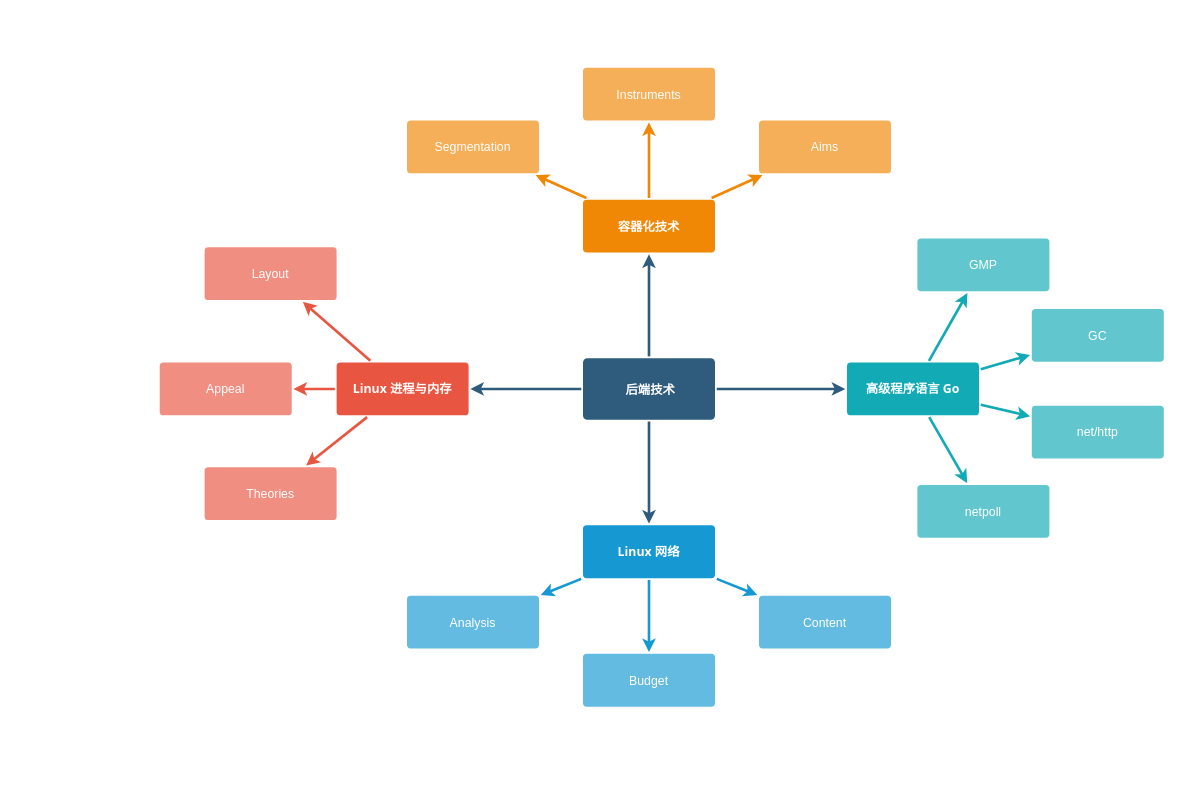
The draw.io diagram Backend Diagram.drawio in GIS142857/UML, before the edit. Source tidied: cells renumbered, new cells numbered last; positions are measured from the earlier drawing's top-left corner, leaving out a move shared by most shapes. Both pictures are drawn from the tidied source at 88%, with x=0, y=0 at pixel (159, 67).
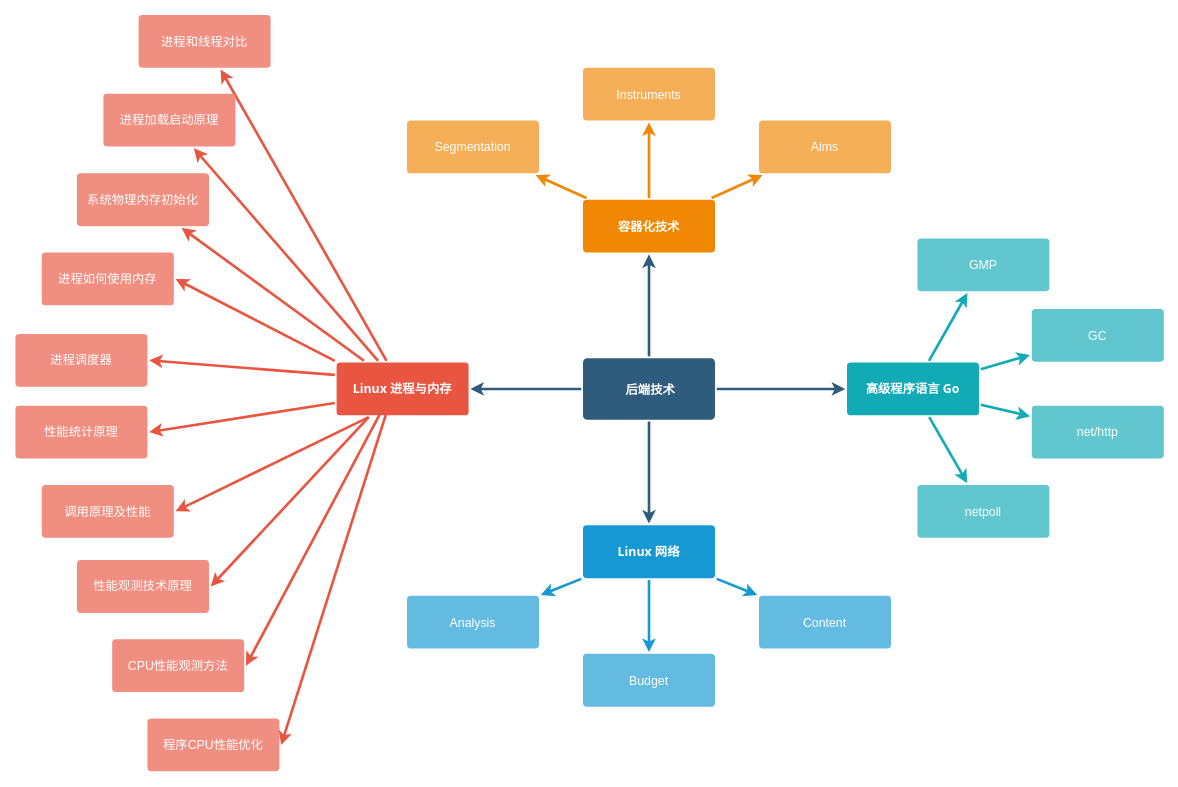
The same diagram, later.

Unchanged cells that the change refers to:
```xml
<mxCell id="10" value="&lt;span style=&quot;font-family: Tahoma; text-wrap-mode: nowrap;&quot;&gt;Linux 进程与内存&lt;/span&gt;" style="rounded=1;whiteSpace=wrap;html=1;shadow=0;labelBackgroundColor=none;strokeColor=none;strokeWidth=3;fillColor=#e85642;fontFamily=Helvetica;fontSize=14;fontColor=#FFFFFF;align=center;spacing=5;fontStyle=1;arcSize=7;perimeterSpacing=2;" parent="1" vertex="1">
  <mxGeometry x="201" y="335.5" width="150" height="60" as="geometry" />
</mxCell>
```

Change to the diagram source:
```diff
@@
-    <mxCell id="11" value="Theories" style="rounded=1;whiteSpace=wrap;html=1;shadow=0;labelBackgroundColor=none;strokeColor=none;strokeWidth=3;fillColor=#f08e81;fontFamily=Helvetica;fontSize=14;fontColor=#FFFFFF;align=center;spacing=5;fontStyle=0;arcSize=7;perimeterSpacing=2;" parent="1" vertex="1">
-      <mxGeometry x="51" y="454.5" width="150" height="60" as="geometry" />
+    <mxCell id="11" value="系统物理内存初始化" style="rounded=1;whiteSpace=wrap;html=1;shadow=0;labelBackgroundColor=none;strokeColor=none;strokeWidth=3;fillColor=#f08e81;fontFamily=Helvetica;fontSize=14;fontColor=#FFFFFF;align=center;spacing=5;fontStyle=0;arcSize=7;perimeterSpacing=2;" parent="1" vertex="1">
+      <mxGeometry x="-94" y="120.5" width="150" height="60" as="geometry" />
     </mxCell>
-    <mxCell id="12" value="Appeal" style="rounded=1;whiteSpace=wrap;html=1;shadow=0;labelBackgroundColor=none;strokeColor=none;strokeWidth=3;fillColor=#f08e81;fontFamily=Helvetica;fontSize=14;fontColor=#FFFFFF;align=center;spacing=5;fontStyle=0;arcSize=7;perimeterSpacing=2;" parent="1" vertex="1">
-      <mxGeometry y="335.5" width="150" height="60" as="geometry" />
+    <mxCell id="12" value="进程加载启动原理" style="rounded=1;whiteSpace=wrap;html=1;shadow=0;labelBackgroundColor=none;strokeColor=none;strokeWidth=3;fillColor=#f08e81;fontFamily=Helvetica;fontSize=14;fontColor=#FFFFFF;align=center;spacing=5;fontStyle=0;arcSize=7;perimeterSpacing=2;" parent="1" vertex="1">
+      <mxGeometry x="-64" y="30" width="150" height="60" as="geometry" />
     </mxCell>
-    <mxCell id="13" value="Layout" style="rounded=1;whiteSpace=wrap;html=1;shadow=0;labelBackgroundColor=none;strokeColor=none;strokeWidth=3;fillColor=#f08e81;fontFamily=Helvetica;fontSize=14;fontColor=#FFFFFF;align=center;spacing=5;fontStyle=0;arcSize=7;perimeterSpacing=2;" parent="1" vertex="1">
-      <mxGeometry x="51" y="204.5" width="150" height="60" as="geometry" />
+    <mxCell id="13" value="进程和线程对比" style="rounded=1;whiteSpace=wrap;html=1;shadow=0;labelBackgroundColor=none;strokeColor=none;strokeWidth=3;fillColor=#f08e81;fontFamily=Helvetica;fontSize=14;fontColor=#FFFFFF;align=center;spacing=5;fontStyle=0;arcSize=7;perimeterSpacing=2;" parent="1" vertex="1">
+      <mxGeometry x="-24" y="-59.5" width="150" height="60" as="geometry" />
     </mxCell>
@@
+    <mxCell id="37" value="进程如何使用内存" style="rounded=1;whiteSpace=wrap;html=1;shadow=0;labelBackgroundColor=none;strokeColor=none;strokeWidth=3;fillColor=#f08e81;fontFamily=Helvetica;fontSize=14;fontColor=#FFFFFF;align=center;spacing=5;fontStyle=0;arcSize=7;perimeterSpacing=2;" parent="1" vertex="1">
+      <mxGeometry x="-134" y="210.5" width="150" height="60" as="geometry" />
+    </mxCell>
+    <mxCell id="38" style="edgeStyle=none;rounded=1;jumpStyle=none;html=1;shadow=0;labelBackgroundColor=none;startArrow=none;startFill=0;jettySize=auto;strokeColor=#E85642;strokeWidth=3;fontFamily=Helvetica;fontSize=14;fontColor=#FFFFFF;spacing=5;fontStyle=1;fillColor=#b0e3e6;entryX=1;entryY=0.5;entryDx=0;entryDy=0;exitX=0;exitY=0;exitDx=0;exitDy=0;" parent="1" edge="1" source="10" target="37">
+      <mxGeometry relative="1" as="geometry" />
+    </mxCell>
+    <mxCell id="39" value="进程调度器" style="rounded=1;whiteSpace=wrap;html=1;shadow=0;labelBackgroundColor=none;strokeColor=none;strokeWidth=3;fillColor=#f08e81;fontFamily=Helvetica;fontSize=14;fontColor=#FFFFFF;align=center;spacing=5;fontStyle=0;arcSize=7;perimeterSpacing=2;" parent="1" vertex="1">
+      <mxGeometry x="-164" y="303" width="150" height="60" as="geometry" />
+    </mxCell>
+    <mxCell id="40" style="edgeStyle=none;rounded=1;jumpStyle=none;html=1;shadow=0;labelBackgroundColor=none;startArrow=none;startFill=0;jettySize=auto;strokeColor=#E85642;strokeWidth=3;fontFamily=Helvetica;fontSize=14;fontColor=#FFFFFF;spacing=5;fontStyle=1;fillColor=#b0e3e6;entryX=1;entryY=0.5;entryDx=0;entryDy=0;exitX=0;exitY=0.25;exitDx=0;exitDy=0;" parent="1" edge="1" source="10" target="39">
+      <mxGeometry relative="1" as="geometry" />
+    </mxCell>
+    <mxCell id="41" value="性能统计原理" style="rounded=1;whiteSpace=wrap;html=1;shadow=0;labelBackgroundColor=none;strokeColor=none;strokeWidth=3;fillColor=#f08e81;fontFamily=Helvetica;fontSize=14;fontColor=#FFFFFF;align=center;spacing=5;fontStyle=0;arcSize=7;perimeterSpacing=2;" parent="1" vertex="1">
+      <mxGeometry x="-164" y="384.5" width="150" height="60" as="geometry" />
+    </mxCell>
+    <mxCell id="42" style="edgeStyle=none;rounded=1;jumpStyle=none;html=1;shadow=0;labelBackgroundColor=none;startArrow=none;startFill=0;jettySize=auto;strokeColor=#E85642;strokeWidth=3;fontFamily=Helvetica;fontSize=14;fontColor=#FFFFFF;spacing=5;fontStyle=1;fillColor=#b0e3e6;entryX=1;entryY=0.5;entryDx=0;entryDy=0;exitX=0;exitY=0.75;exitDx=0;exitDy=0;" parent="1" edge="1" source="10" target="41">
+      <mxGeometry relative="1" as="geometry" />
+    </mxCell>
+    <mxCell id="43" value="调用原理及性能" style="rounded=1;whiteSpace=wrap;html=1;shadow=0;labelBackgroundColor=none;strokeColor=none;strokeWidth=3;fillColor=#f08e81;fontFamily=Helvetica;fontSize=14;fontColor=#FFFFFF;align=center;spacing=5;fontStyle=0;arcSize=7;perimeterSpacing=2;" parent="1" vertex="1">
+      <mxGeometry x="-134" y="474.5" width="150" height="60" as="geometry" />
+    </mxCell>
+    <mxCell id="44" style="edgeStyle=none;rounded=1;jumpStyle=none;html=1;shadow=0;labelBackgroundColor=none;startArrow=none;startFill=0;jettySize=auto;strokeColor=#E85642;strokeWidth=3;fontFamily=Helvetica;fontSize=14;fontColor=#FFFFFF;spacing=5;fontStyle=1;fillColor=#b0e3e6;entryX=1;entryY=0.5;entryDx=0;entryDy=0;exitX=0.25;exitY=1;exitDx=0;exitDy=0;" parent="1" edge="1" source="10" target="43">
+      <mxGeometry relative="1" as="geometry" />
+    </mxCell>
+    <mxCell id="45" value="性能观测技术原理" style="rounded=1;whiteSpace=wrap;html=1;shadow=0;labelBackgroundColor=none;strokeColor=none;strokeWidth=3;fillColor=#f08e81;fontFamily=Helvetica;fontSize=14;fontColor=#FFFFFF;align=center;spacing=5;fontStyle=0;arcSize=7;perimeterSpacing=2;" parent="1" vertex="1">
+      <mxGeometry x="-94" y="560" width="150" height="60" as="geometry" />
+    </mxCell>
+    <mxCell id="46" style="edgeStyle=none;rounded=1;jumpStyle=none;html=1;shadow=0;labelBackgroundColor=none;startArrow=none;startFill=0;jettySize=auto;strokeColor=#E85642;strokeWidth=3;fontFamily=Helvetica;fontSize=14;fontColor=#FFFFFF;spacing=5;fontStyle=1;fillColor=#b0e3e6;entryX=1;entryY=0.5;entryDx=0;entryDy=0;exitX=0.25;exitY=1;exitDx=0;exitDy=0;" parent="1" edge="1" source="10" target="45">
+      <mxGeometry relative="1" as="geometry" />
+    </mxCell>
+    <mxCell id="47" value="CPU性能观测方法" style="rounded=1;whiteSpace=wrap;html=1;shadow=0;labelBackgroundColor=none;strokeColor=none;strokeWidth=3;fillColor=#f08e81;fontFamily=Helvetica;fontSize=14;fontColor=#FFFFFF;align=center;spacing=5;fontStyle=0;arcSize=7;perimeterSpacing=2;" parent="1" vertex="1">
+      <mxGeometry x="-54" y="650" width="150" height="60" as="geometry" />
+    </mxCell>
+    <mxCell id="48" style="edgeStyle=none;rounded=1;jumpStyle=none;html=1;shadow=0;labelBackgroundColor=none;startArrow=none;startFill=0;jettySize=auto;strokeColor=#E85642;strokeWidth=3;fontFamily=Helvetica;fontSize=14;fontColor=#FFFFFF;spacing=5;fontStyle=1;fillColor=#b0e3e6;entryX=1;entryY=0.5;entryDx=0;entryDy=0;exitX=0.331;exitY=0.953;exitDx=0;exitDy=0;exitPerimeter=0;" parent="1" edge="1" source="10" target="47">
+      <mxGeometry relative="1" as="geometry" />
+    </mxCell>
+    <mxCell id="49" value="程序CPU性能优化" style="rounded=1;whiteSpace=wrap;html=1;shadow=0;labelBackgroundColor=none;strokeColor=none;strokeWidth=3;fillColor=#f08e81;fontFamily=Helvetica;fontSize=14;fontColor=#FFFFFF;align=center;spacing=5;fontStyle=0;arcSize=7;perimeterSpacing=2;" parent="1" vertex="1">
+      <mxGeometry x="-14" y="740" width="150" height="60" as="geometry" />
+    </mxCell>
+    <mxCell id="50" style="edgeStyle=none;rounded=1;jumpStyle=none;html=1;shadow=0;labelBackgroundColor=none;startArrow=none;startFill=0;jettySize=auto;strokeColor=#E85642;strokeWidth=3;fontFamily=Helvetica;fontSize=14;fontColor=#FFFFFF;spacing=5;fontStyle=1;fillColor=#b0e3e6;entryX=1;entryY=0.5;entryDx=0;entryDy=0;exitX=0.377;exitY=0.953;exitDx=0;exitDy=0;exitPerimeter=0;" parent="1" edge="1" source="10" target="49">
+      <mxGeometry relative="1" as="geometry" />
+    </mxCell>
```
